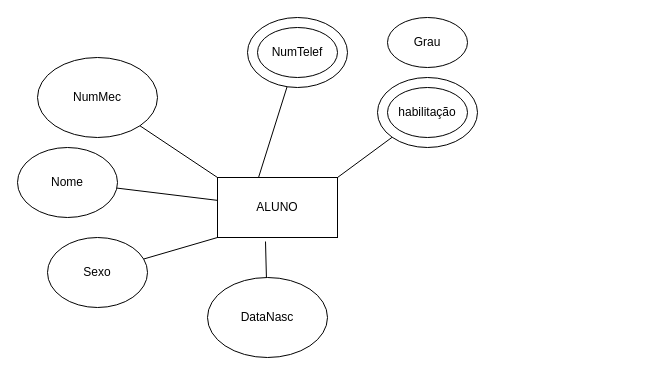
The draw.io diagram DiagramaER.drawio in AndreBarroso34/Programa-o, before the edit. Source tidied: cells renumbered, new cells numbered last; positions are measured from the earlier drawing's top-left corner, leaving out a move shared by most shapes. Both pictures are drawn from the tidied source at 100%, with x=0, y=0 at pixel (17, 17).
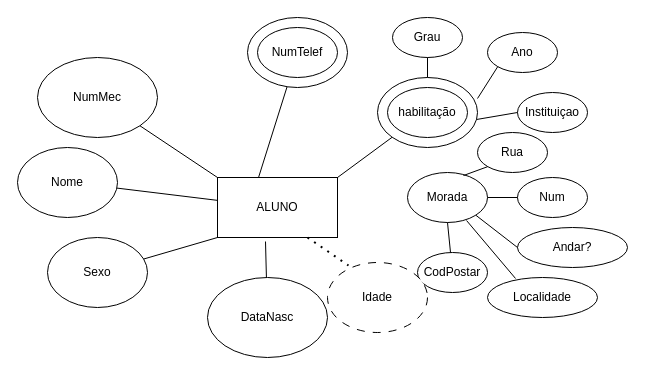
The same page after the edit.

Unchanged cells that the change refers to:
```xml
<mxCell id="3" value="ALUNO" style="rounded=0;whiteSpace=wrap;html=1;" parent="1" vertex="1">
  <mxGeometry x="200" y="160" width="120" height="60" as="geometry" />
</mxCell>
<mxCell id="14" style="ellipse;whiteSpace=wrap;html=1;" parent="1" vertex="1">
  <mxGeometry x="360" y="60" width="100" height="70" as="geometry" />
</mxCell>
```

The edit, as a diff of the source:
```diff
@@
     <mxCell id="17" value="Grau" style="ellipse;whiteSpace=wrap;html=1;" parent="1" vertex="1">
-      <mxGeometry x="370" width="80" height="50" as="geometry" />
+      <mxGeometry x="375" width="70" height="40" as="geometry" />
     </mxCell>
+    <mxCell id="18" value="Ano" style="ellipse;whiteSpace=wrap;html=1;" parent="1" vertex="1">
+      <mxGeometry x="470" y="15" width="70" height="40" as="geometry" />
+    </mxCell>
+    <mxCell id="19" value="Instituiçao" style="ellipse;whiteSpace=wrap;html=1;" parent="1" vertex="1">
+      <mxGeometry x="500" y="75" width="70" height="40" as="geometry" />
+    </mxCell>
+    <mxCell id="20" style="endArrow=none;html=1;rounded=0;exitX=0;exitY=1;exitDx=0;exitDy=0;entryX=1;entryY=0.3;entryDx=0;entryDy=0;entryPerimeter=0;" parent="1" edge="1" source="18" target="14">
+      <mxGeometry relative="1" as="geometry" />
+    </mxCell>
+    <mxCell id="21" style="endArrow=none;html=1;rounded=0;exitX=0;exitY=0.5;exitDx=0;exitDy=0;entryX=0.99;entryY=0.6;entryDx=0;entryDy=0;entryPerimeter=0;" parent="1" edge="1" source="19" target="14">
+      <mxGeometry relative="1" as="geometry" />
+    </mxCell>
+    <mxCell id="22" style="endArrow=none;html=1;rounded=0;" parent="1" edge="1" source="14" target="17">
+      <mxGeometry relative="1" as="geometry" />
+    </mxCell>
+    <mxCell id="23" value="Morada" style="ellipse;whiteSpace=wrap;html=1;" parent="1" vertex="1">
+      <mxGeometry x="390" y="155" width="80" height="50" as="geometry" />
+    </mxCell>
+    <mxCell id="24" value="Rua" style="ellipse;whiteSpace=wrap;html=1;" parent="1" vertex="1">
+      <mxGeometry x="460" y="115" width="70" height="40" as="geometry" />
+    </mxCell>
+    <mxCell id="25" value="Num" style="ellipse;whiteSpace=wrap;html=1;" parent="1" vertex="1">
+      <mxGeometry x="500" y="160" width="70" height="40" as="geometry" />
+    </mxCell>
+    <mxCell id="26" value="Andar?" style="ellipse;whiteSpace=wrap;html=1;" parent="1" vertex="1">
+      <mxGeometry x="500" y="210" width="110" height="40" as="geometry" />
+    </mxCell>
+    <mxCell id="27" style="endArrow=none;html=1;rounded=0;entryX=1;entryY=1;entryDx=0;entryDy=0;exitX=0;exitY=0.5;exitDx=0;exitDy=0;" parent="1" edge="1" source="26" target="23">
+      <mxGeometry relative="1" as="geometry" />
+    </mxCell>
+    <mxCell id="28" style="endArrow=none;html=1;rounded=0;entryX=1;entryY=0.5;entryDx=0;entryDy=0;" parent="1" edge="1" source="25" target="23">
+      <mxGeometry relative="1" as="geometry" />
+    </mxCell>
+    <mxCell id="29" style="endArrow=none;html=1;rounded=0;entryX=0;entryY=1;entryDx=0;entryDy=0;exitX=0.7;exitY=0.06;exitDx=0;exitDy=0;exitPerimeter=0;" parent="1" edge="1" source="23" target="24">
+      <mxGeometry relative="1" as="geometry" />
+    </mxCell>
+    <mxCell id="30" value="Localidade" style="ellipse;whiteSpace=wrap;html=1;" parent="1" vertex="1">
+      <mxGeometry x="470" y="260" width="110" height="40" as="geometry" />
+    </mxCell>
+    <mxCell id="31" style="endArrow=none;html=1;rounded=0;exitX=0.738;exitY=0.96;exitDx=0;exitDy=0;exitPerimeter=0;entryX=0.255;entryY=0.025;entryDx=0;entryDy=0;entryPerimeter=0;" parent="1" edge="1" source="23" target="30">
+      <mxGeometry relative="1" as="geometry" />
+    </mxCell>
+    <mxCell id="32" value="CodPostar" style="ellipse;whiteSpace=wrap;html=1;" parent="1" vertex="1">
+      <mxGeometry x="400" y="235" width="70" height="40" as="geometry" />
+    </mxCell>
+    <mxCell id="33" style="endArrow=none;html=1;rounded=0;entryX=0.5;entryY=1;entryDx=0;entryDy=0;" parent="1" edge="1" source="32" target="23">
+      <mxGeometry relative="1" as="geometry" />
+    </mxCell>
+    <mxCell id="34" value="Idade" style="ellipse;whiteSpace=wrap;html=1;dashed=1;dashPattern=8 8;" parent="1" vertex="1">
+      <mxGeometry x="310" y="245" width="100" height="70" as="geometry" />
+    </mxCell>
+    <mxCell id="35" style="endArrow=none;dashed=1;html=1;dashPattern=1 3;strokeWidth=2;rounded=0;exitX=0.75;exitY=1;exitDx=0;exitDy=0;entryX=0.21;entryY=0.043;entryDx=0;entryDy=0;entryPerimeter=0;" parent="1" edge="1" source="3" target="34">
+      <mxGeometry relative="1" as="geometry" />
+    </mxCell>
```
